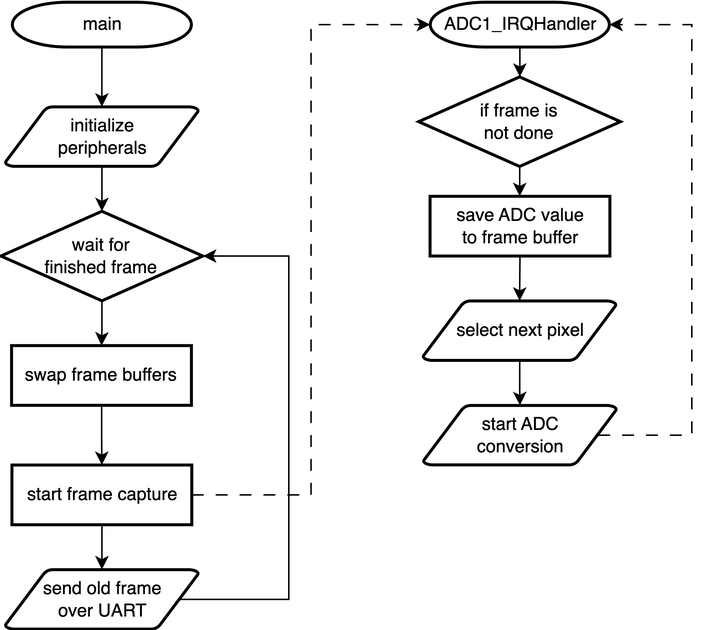
Above: docs/_site/assets/diagrams/mcu.png in kavidey/NeoObscura (draw.io), before the change. Source tidied: cells renumbered, new cells last; positions are measured from the earlier drawing's top-left corner, leaving out a move shared by most shapes. Its diagram source:
```xml
<mxGraphModel>
  <root>
    <mxCell id="0" />
    <mxCell id="1" parent="0" />
    <mxCell id="2" value="main" style="shape=mxgraph.flowchart.terminator;strokeWidth=2;gradientColor=none;gradientDirection=north;fontStyle=0;html=1;" parent="1" vertex="1">
      <mxGeometry x="7.8" width="120" height="30" as="geometry" />
    </mxCell>
    <mxCell id="3" style="edgeStyle=orthogonalEdgeStyle;rounded=0;jettySize=auto;html=1;entryX=0.5;entryY=0;entryDx=0;entryDy=0;" parent="1" edge="1" source="4" target="11">
      <mxGeometry relative="1" as="geometry" />
    </mxCell>
    <mxCell id="4" value="initialize&lt;br&gt;peripherals" style="shape=mxgraph.flowchart.data;strokeWidth=2;gradientColor=none;gradientDirection=north;fontStyle=0;html=1;" parent="1" vertex="1">
      <mxGeometry x="3" y="70" width="129.5" height="40" as="geometry" />
    </mxCell>
    <mxCell id="5" style="edgeStyle=orthogonalEdgeStyle;rounded=0;jettySize=auto;html=1;entryX=0.5;entryY=0;entryDx=0;entryDy=0;entryPerimeter=0;" parent="1" edge="1" source="2" target="4">
      <mxGeometry relative="1" as="geometry" />
    </mxCell>
    <mxCell id="6" value="ADC1_IRQHandler" style="shape=mxgraph.flowchart.terminator;strokeWidth=2;gradientColor=none;gradientDirection=north;fontStyle=0;html=1;" parent="1" vertex="1">
      <mxGeometry x="287.8" width="120" height="30" as="geometry" />
    </mxCell>
    <mxCell id="7" value="select next pixel" style="shape=mxgraph.flowchart.data;strokeWidth=2;gradientColor=none;gradientDirection=north;fontStyle=0;html=1;" parent="1" vertex="1">
      <mxGeometry x="282.9" y="200" width="129.5" height="40" as="geometry" />
    </mxCell>
    <mxCell id="8" style="edgeStyle=orthogonalEdgeStyle;rounded=0;jettySize=auto;html=1;entryX=0.5;entryY=0;entryDx=0;entryDy=0;" parent="1" edge="1" source="6" target="24">
      <mxGeometry relative="1" as="geometry" />
    </mxCell>
    <mxCell id="9" style="edgeStyle=orthogonalEdgeStyle;rounded=0;jettySize=auto;html=1;entryX=0.5;entryY=0;entryDx=0;entryDy=0;entryPerimeter=0;exitX=0.5;exitY=1;exitDx=0;exitDy=0;" parent="1" edge="1" source="16" target="7">
      <mxGeometry relative="1" as="geometry" />
    </mxCell>
    <mxCell id="10" style="edgeStyle=orthogonalEdgeStyle;rounded=0;jettySize=auto;html=1;entryX=0.5;entryY=0;entryDx=0;entryDy=0;" parent="1" edge="1" source="11" target="21">
      <mxGeometry relative="1" as="geometry" />
    </mxCell>
    <mxCell id="11" value="wait for&lt;br&gt;finished frame" style="rhombus;whiteSpace=wrap;html=1;strokeWidth=2;gradientColor=none;gradientDirection=north;fontStyle=0;" parent="1" vertex="1">
      <mxGeometry x="0.1" y="140" width="135.2" height="60" as="geometry" />
    </mxCell>
    <mxCell id="12" value="start frame capture" style="whiteSpace=wrap;html=1;strokeWidth=2;gradientColor=none;gradientDirection=north;fontStyle=0;" parent="1" vertex="1">
      <mxGeometry x="7.5" y="310" width="120.5" height="40" as="geometry" />
    </mxCell>
    <mxCell id="13" style="edgeStyle=orthogonalEdgeStyle;rounded=0;jettySize=auto;html=1;exitX=0.905;exitY=0.5;exitDx=0;exitDy=0;exitPerimeter=0;entryX=1;entryY=0.5;entryDx=0;entryDy=0;" parent="1" edge="1" source="14" target="11">
      <mxGeometry relative="1" as="geometry">
        <Array as="points">
          <mxPoint x="193" y="400" />
          <mxPoint x="193" y="170" />
        </Array>
      </mxGeometry>
    </mxCell>
    <mxCell id="14" value="send old frame&lt;br&gt;over UART" style="shape=mxgraph.flowchart.data;strokeWidth=2;gradientColor=none;gradientDirection=north;fontStyle=0;html=1;" parent="1" vertex="1">
      <mxGeometry x="3" y="380" width="129.5" height="40" as="geometry" />
    </mxCell>
    <mxCell id="15" style="edgeStyle=orthogonalEdgeStyle;rounded=0;jettySize=auto;html=1;entryX=0.5;entryY=0;entryDx=0;entryDy=0;entryPerimeter=0;" parent="1" edge="1" source="12" target="14">
      <mxGeometry relative="1" as="geometry" />
    </mxCell>
    <mxCell id="16" value="save ADC value&lt;br style=&quot;border-color: var(--border-color);&quot;&gt;&lt;span style=&quot;&quot;&gt;to frame buffer&lt;/span&gt;" style="whiteSpace=wrap;html=1;strokeWidth=2;gradientColor=none;gradientDirection=north;fontStyle=0;" parent="1" vertex="1">
      <mxGeometry x="287.6" y="130" width="120.5" height="40" as="geometry" />
    </mxCell>
    <mxCell id="17" style="edgeStyle=orthogonalEdgeStyle;rounded=0;jettySize=auto;html=1;exitX=0.905;exitY=0.5;exitDx=0;exitDy=0;exitPerimeter=0;entryX=1;entryY=0.5;entryDx=0;entryDy=0;entryPerimeter=0;dashed=1;dashPattern=8 8;" parent="1" edge="1" source="18" target="6">
      <mxGeometry relative="1" as="geometry">
        <Array as="points">
          <mxPoint x="463" y="290" />
          <mxPoint x="463" y="15" />
        </Array>
      </mxGeometry>
    </mxCell>
    <mxCell id="18" value="start ADC&lt;br&gt;conversion" style="shape=mxgraph.flowchart.data;strokeWidth=2;gradientColor=none;gradientDirection=north;fontStyle=0;html=1;" parent="1" vertex="1">
      <mxGeometry x="283.1" y="270" width="129.5" height="40" as="geometry" />
    </mxCell>
    <mxCell id="19" style="edgeStyle=orthogonalEdgeStyle;rounded=0;jettySize=auto;html=1;entryX=0.5;entryY=0;entryDx=0;entryDy=0;entryPerimeter=0;" parent="1" edge="1" source="7" target="18">
      <mxGeometry relative="1" as="geometry" />
    </mxCell>
    <mxCell id="20" style="edgeStyle=orthogonalEdgeStyle;rounded=0;jettySize=auto;html=1;entryX=0.5;entryY=0;entryDx=0;entryDy=0;" parent="1" edge="1" source="21" target="12">
      <mxGeometry relative="1" as="geometry" />
    </mxCell>
    <mxCell id="21" value="swap frame buffers" style="whiteSpace=wrap;html=1;strokeWidth=2;gradientColor=none;gradientDirection=north;fontStyle=0;" parent="1" vertex="1">
      <mxGeometry x="7.2" y="230" width="120.5" height="40" as="geometry" />
    </mxCell>
    <mxCell id="22" style="edgeStyle=orthogonalEdgeStyle;rounded=0;jettySize=auto;html=1;entryX=0;entryY=0.5;entryDx=0;entryDy=0;entryPerimeter=0;dashed=1;dashPattern=8 8;" parent="1" edge="1" source="12" target="6">
      <mxGeometry relative="1" as="geometry" />
    </mxCell>
    <mxCell id="23" style="edgeStyle=orthogonalEdgeStyle;rounded=0;jettySize=auto;html=1;entryX=0.5;entryY=0;entryDx=0;entryDy=0;" parent="1" edge="1" source="24" target="16">
      <mxGeometry relative="1" as="geometry" />
    </mxCell>
    <mxCell id="24" value="if frame is&lt;br&gt;not done" style="rhombus;whiteSpace=wrap;html=1;strokeWidth=2;gradientColor=none;gradientDirection=north;fontStyle=0;" parent="1" vertex="1">
      <mxGeometry x="280" y="50" width="135.2" height="60" as="geometry" />
    </mxCell>
  </root>
</mxGraphModel>
```
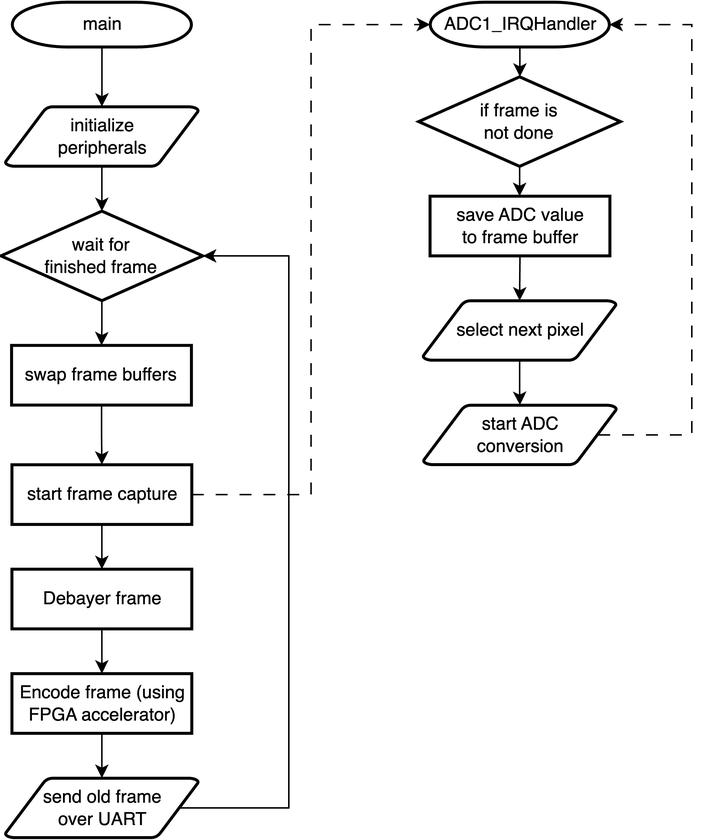
Later version of the same file.

What changed in the source:
```diff
@@ -35,18 +35,15 @@
     <mxCell id="12" value="start frame capture" style="whiteSpace=wrap;html=1;strokeWidth=2;gradientColor=none;gradientDirection=north;fontStyle=0;" parent="1" vertex="1">
       <mxGeometry x="7.5" y="310" width="120.5" height="40" as="geometry" />
     </mxCell>
-    <mxCell id="13" style="edgeStyle=orthogonalEdgeStyle;rounded=0;jettySize=auto;html=1;exitX=0.905;exitY=0.5;exitDx=0;exitDy=0;exitPerimeter=0;entryX=1;entryY=0.5;entryDx=0;entryDy=0;" parent="1" edge="1" source="14" target="11">
+    <mxCell id="13" style="edgeStyle=orthogonalEdgeStyle;rounded=0;jettySize=auto;html=1;entryX=1;entryY=0.5;entryDx=0;entryDy=0;exitX=0.905;exitY=0.5;exitDx=0;exitDy=0;exitPerimeter=0;" parent="1" edge="1" source="14" target="11">
       <mxGeometry relative="1" as="geometry">
         <Array as="points">
-          <mxPoint x="193" y="400" />
+          <mxPoint x="193" y="540" />
           <mxPoint x="193" y="170" />
         </Array>
       </mxGeometry>
     </mxCell>
-    <mxCell id="14" value="send old frame&lt;br&gt;over UART" style="shape=mxgraph.flowchart.data;strokeWidth=2;gradientColor=none;gradientDirection=north;fontStyle=0;html=1;" parent="1" vertex="1">
-      <mxGeometry x="3" y="380" width="129.5" height="40" as="geometry" />
-    </mxCell>
-    <mxCell id="15" style="edgeStyle=orthogonalEdgeStyle;rounded=0;jettySize=auto;html=1;entryX=0.5;entryY=0;entryDx=0;entryDy=0;entryPerimeter=0;" parent="1" edge="1" source="12" target="14">
+    <mxCell id="15" style="edgeStyle=orthogonalEdgeStyle;rounded=0;jettySize=auto;html=1;entryX=0.5;entryY=0;entryDx=0;entryDy=0;" parent="1" edge="1" source="12" target="26">
       <mxGeometry relative="1" as="geometry" />
     </mxCell>
     <mxCell id="16" value="save ADC value&lt;br style=&quot;border-color: var(--border-color);&quot;&gt;&lt;span style=&quot;&quot;&gt;to frame buffer&lt;/span&gt;" style="whiteSpace=wrap;html=1;strokeWidth=2;gradientColor=none;gradientDirection=north;fontStyle=0;" parent="1" vertex="1">
@@ -81,5 +78,20 @@
     <mxCell id="24" value="if frame is&lt;br&gt;not done" style="rhombus;whiteSpace=wrap;html=1;strokeWidth=2;gradientColor=none;gradientDirection=north;fontStyle=0;" parent="1" vertex="1">
       <mxGeometry x="280" y="50" width="135.2" height="60" as="geometry" />
     </mxCell>
+    <mxCell id="14" value="send old frame&lt;br&gt;over UART" style="shape=mxgraph.flowchart.data;strokeWidth=2;gradientColor=none;gradientDirection=north;fontStyle=0;html=1;" parent="1" vertex="1">
+      <mxGeometry x="3" y="520" width="129.5" height="40" as="geometry" />
+    </mxCell>
+    <mxCell id="25" style="edgeStyle=orthogonalEdgeStyle;rounded=0;jettySize=auto;html=1;entryX=0.5;entryY=0;entryDx=0;entryDy=0;" parent="1" edge="1" source="26" target="27">
+      <mxGeometry relative="1" as="geometry" />
+    </mxCell>
+    <mxCell id="26" value="Debayer&amp;nbsp;frame" style="whiteSpace=wrap;html=1;strokeWidth=2;gradientColor=none;gradientDirection=north;fontStyle=0;" parent="1" vertex="1">
+      <mxGeometry x="7.5" y="380" width="120.5" height="40" as="geometry" />
+    </mxCell>
+    <mxCell id="27" value="Encode frame (using FPGA accelerator)" style="whiteSpace=wrap;html=1;strokeWidth=2;gradientColor=none;gradientDirection=north;fontStyle=0;" parent="1" vertex="1">
+      <mxGeometry x="7.5" y="450" width="120.5" height="40" as="geometry" />
+    </mxCell>
+    <mxCell id="28" style="edgeStyle=orthogonalEdgeStyle;rounded=0;jettySize=auto;html=1;entryX=0.5;entryY=0;entryDx=0;entryDy=0;entryPerimeter=0;" parent="1" edge="1" source="27" target="14">
+      <mxGeometry relative="1" as="geometry" />
+    </mxCell>
   </root>
 </mxGraphModel>
```
